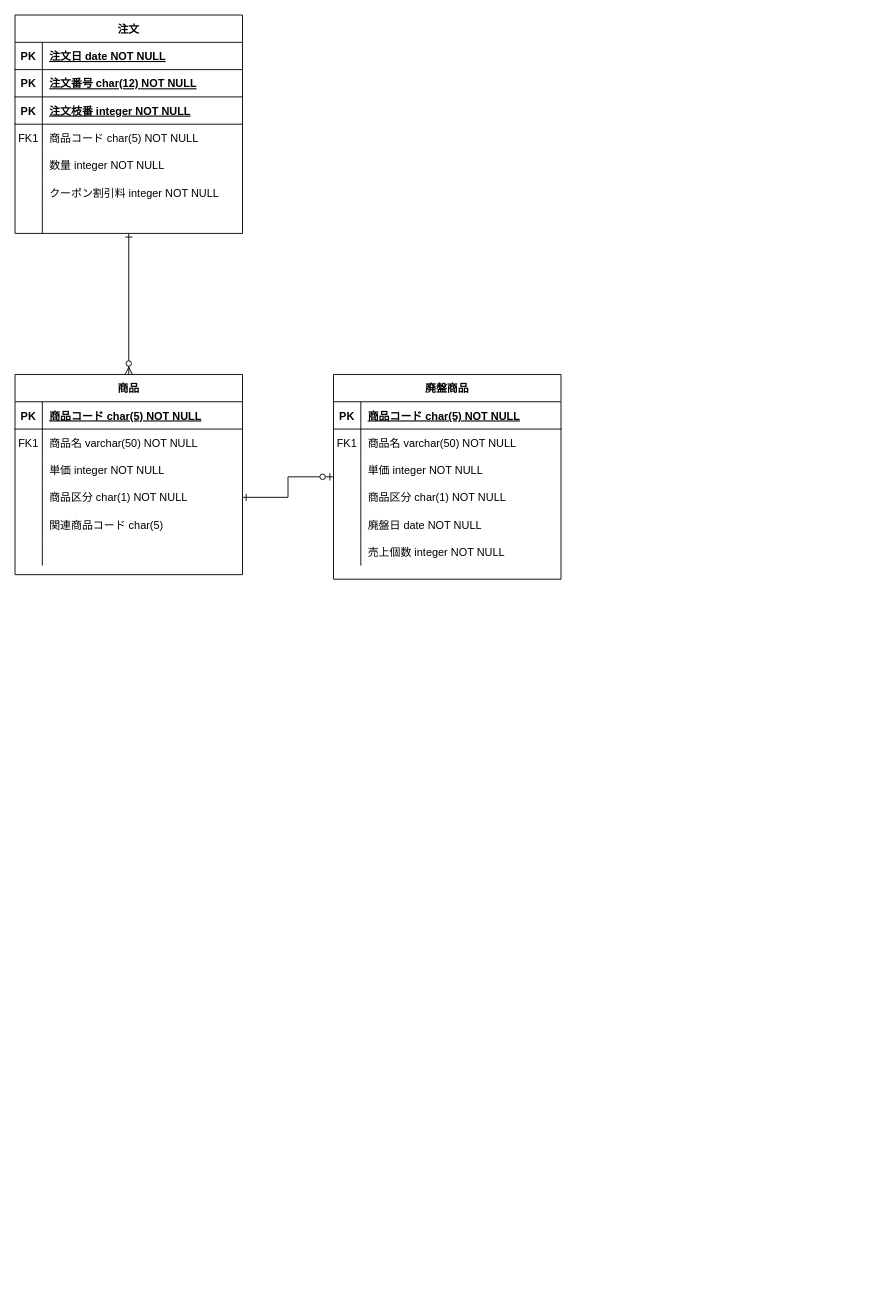
Earlier version of the draw.io diagram answer/B/B-er.drawio (B4129/Sql-pratice). Source tidied: cells renumbered, new cells numbered last; positions are measured from the earlier drawing's top-left corner, leaving out a move shared by most shapes. Both pictures are drawn from the tidied source at 91%, with x=0, y=0 at pixel (15, 15).
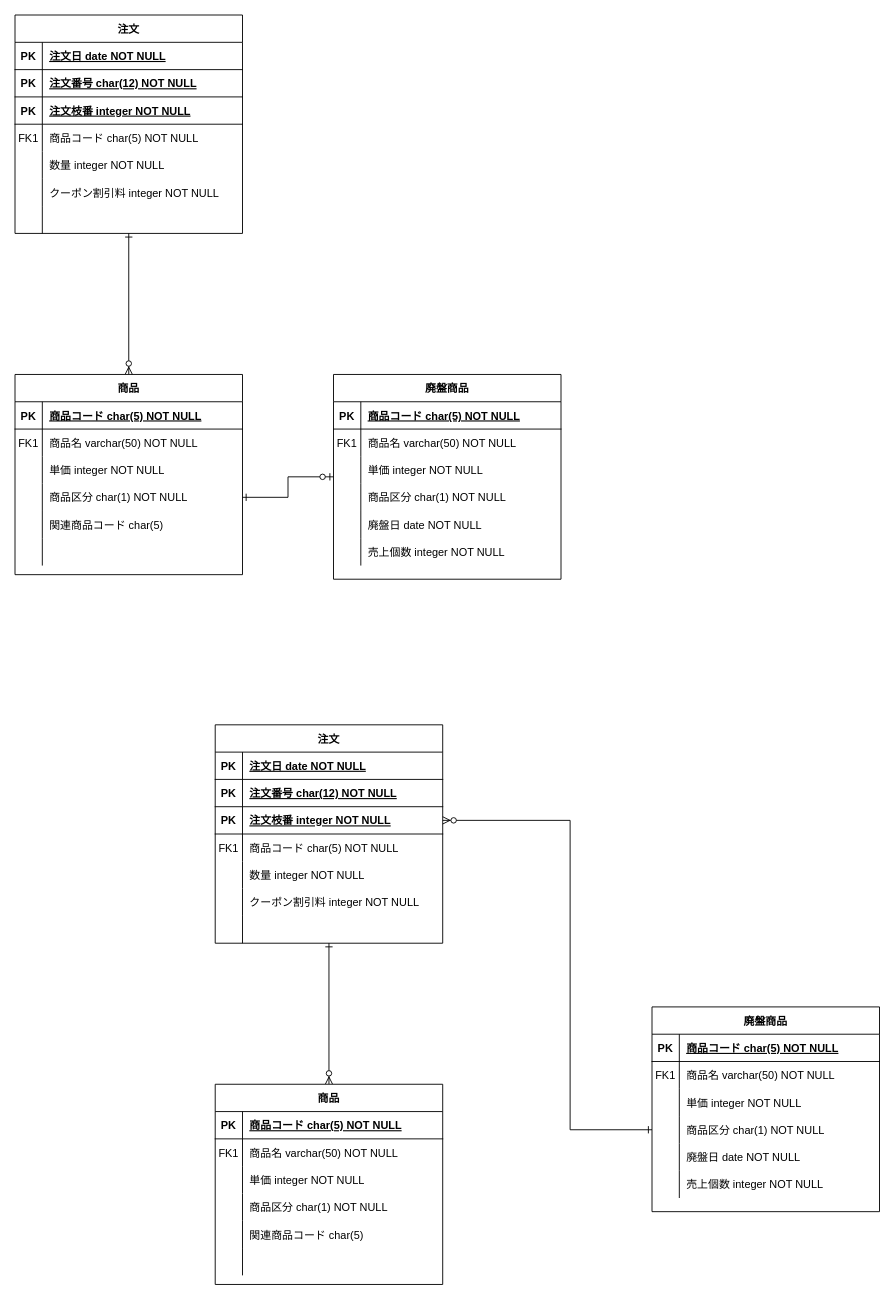
Above is the later version.

What changed in the source:
```diff
@@
+    <mxCell id="65" style="edgeStyle=orthogonalEdgeStyle;jettySize=auto;html=1;rounded=0;startArrow=ERone;startFill=0;endArrow=ERzeroToMany;endFill=1;" parent="1" edge="1" source="86" target="66">
+      <mxGeometry relative="1" as="geometry" />
+    </mxCell>
+    <mxCell id="66" value="商品" style="shape=table;startSize=30;childLayout=tableLayout;rowLines=0;fontStyle=1;align=center;" parent="1" vertex="1">
+      <mxGeometry x="220" y="1175" width="250" height="220" as="geometry" />
+    </mxCell>
+    <mxCell id="67" style="shape=partialRectangle;fillColor=none;top=0;left=0;right=0;bottom=1;" parent="66" vertex="1">
+      <mxGeometry y="30" width="250" height="30" as="geometry" />
+    </mxCell>
+    <mxCell id="68" value="PK" style="shape=partialRectangle;overflow=hidden;fillColor=none;top=0;left=0;bottom=0;right=0;fontStyle=1;" parent="67" vertex="1">
+      <mxGeometry width="30" height="30" as="geometry" />
+    </mxCell>
+    <mxCell id="69" value="商品コード char(5) NOT NULL" style="shape=partialRectangle;overflow=hidden;fillColor=none;top=0;left=0;bottom=0;right=0;align=left;spacingLeft=6;fontStyle=5;" parent="67" vertex="1">
+      <mxGeometry x="30" width="220" height="30" as="geometry" />
+    </mxCell>
+    <mxCell id="70" style="shape=partialRectangle;fillColor=none;top=0;left=0;right=0;bottom=0;" parent="66" vertex="1">
+      <mxGeometry y="60" width="250" height="30" as="geometry" />
+    </mxCell>
+    <mxCell id="71" value="FK1" style="shape=partialRectangle;overflow=hidden;fillColor=none;top=0;left=0;bottom=0;right=0;" parent="70" vertex="1">
+      <mxGeometry width="30" height="30" as="geometry" />
+    </mxCell>
+    <mxCell id="72" value="商品名 varchar(50) NOT NULL" style="shape=partialRectangle;overflow=hidden;fillColor=none;top=0;left=0;bottom=0;right=0;align=left;spacingLeft=6;" parent="70" vertex="1">
+      <mxGeometry x="30" width="220" height="30" as="geometry" />
+    </mxCell>
+    <mxCell id="73" style="shape=partialRectangle;fillColor=none;top=0;left=0;right=0;bottom=0;" parent="66" vertex="1">
+      <mxGeometry y="90" width="250" height="30" as="geometry" />
+    </mxCell>
+    <mxCell id="74" style="shape=partialRectangle;overflow=hidden;fillColor=none;top=0;left=0;bottom=0;right=0;" parent="73" vertex="1">
+      <mxGeometry width="30" height="30" as="geometry" />
+    </mxCell>
+    <mxCell id="75" value="単価 integer NOT NULL" style="shape=partialRectangle;overflow=hidden;fillColor=none;top=0;left=0;bottom=0;right=0;align=left;spacingLeft=6;" parent="73" vertex="1">
+      <mxGeometry x="30" width="220" height="30" as="geometry" />
+    </mxCell>
+    <mxCell id="76" style="shape=partialRectangle;fillColor=none;top=0;left=0;right=0;bottom=0;" parent="66" vertex="1">
+      <mxGeometry y="120" width="250" height="30" as="geometry" />
+    </mxCell>
+    <mxCell id="77" style="shape=partialRectangle;overflow=hidden;fillColor=none;top=0;left=0;bottom=0;right=0;" parent="76" vertex="1">
+      <mxGeometry width="30" height="30" as="geometry" />
+    </mxCell>
+    <mxCell id="78" value="商品区分 char(1) NOT NULL" style="shape=partialRectangle;overflow=hidden;fillColor=none;top=0;left=0;bottom=0;right=0;align=left;spacingLeft=6;" parent="76" vertex="1">
+      <mxGeometry x="30" width="220" height="30" as="geometry" />
+    </mxCell>
+    <mxCell id="79" style="shape=partialRectangle;fillColor=none;top=0;left=0;right=0;bottom=0;" parent="66" vertex="1">
+      <mxGeometry y="150" width="250" height="30" as="geometry" />
+    </mxCell>
+    <mxCell id="80" style="shape=partialRectangle;overflow=hidden;fillColor=none;top=0;left=0;bottom=0;right=0;" parent="79" vertex="1">
+      <mxGeometry width="30" height="30" as="geometry" />
+    </mxCell>
+    <mxCell id="81" value="関連商品コード char(5)" style="shape=partialRectangle;overflow=hidden;fillColor=none;top=0;left=0;bottom=0;right=0;align=left;spacingLeft=6;" parent="79" vertex="1">
+      <mxGeometry x="30" width="220" height="30" as="geometry" />
+    </mxCell>
+    <mxCell id="82" style="shape=partialRectangle;fillColor=none;top=0;left=0;right=0;bottom=0;" parent="66" vertex="1">
+      <mxGeometry y="180" width="250" height="30" as="geometry" />
+    </mxCell>
+    <mxCell id="83" style="shape=partialRectangle;overflow=hidden;fillColor=none;top=0;left=0;bottom=0;right=0;" parent="82" vertex="1">
+      <mxGeometry width="30" height="30" as="geometry" />
+    </mxCell>
+    <mxCell id="84" style="shape=partialRectangle;overflow=hidden;fillColor=none;top=0;left=0;bottom=0;right=0;align=left;spacingLeft=6;" parent="82" vertex="1">
+      <mxGeometry x="30" width="220" height="30" as="geometry" />
+    </mxCell>
+    <mxCell id="85" style="shape=partialRectangle;overflow=hidden;fillColor=none;top=0;left=0;bottom=0;right=0;" parent="1" vertex="1">
+      <mxGeometry x="220" y="1050" width="30" height="30" as="geometry" />
+    </mxCell>
+    <mxCell id="86" value="注文" style="shape=table;startSize=30;childLayout=tableLayout;rowLines=0;fontStyle=1;align=center;" parent="1" vertex="1">
+      <mxGeometry x="220" y="780" width="250" height="240" as="geometry" />
+    </mxCell>
+    <mxCell id="87" style="shape=partialRectangle;fillColor=none;top=0;left=0;right=0;bottom=1;" parent="86" vertex="1">
+      <mxGeometry y="30" width="250" height="30" as="geometry" />
+    </mxCell>
+    <mxCell id="88" value="PK" style="shape=partialRectangle;overflow=hidden;fillColor=none;top=0;left=0;bottom=0;right=0;fontStyle=1;" parent="87" vertex="1">
+      <mxGeometry width="30" height="30" as="geometry" />
+    </mxCell>
+    <mxCell id="89" value="注文日 date NOT NULL" style="shape=partialRectangle;overflow=hidden;fillColor=none;top=0;left=0;bottom=0;right=0;align=left;spacingLeft=6;fontStyle=5;" parent="87" vertex="1">
+      <mxGeometry x="30" width="220" height="30" as="geometry" />
+    </mxCell>
+    <mxCell id="90" style="shape=partialRectangle;fillColor=none;top=0;left=0;right=0;bottom=1;" parent="86" vertex="1">
+      <mxGeometry y="60" width="250" height="30" as="geometry" />
+    </mxCell>
+    <mxCell id="91" value="PK" style="shape=partialRectangle;overflow=hidden;fillColor=none;top=0;left=0;bottom=0;right=0;fontStyle=1;" parent="90" vertex="1">
+      <mxGeometry width="30" height="30" as="geometry" />
+    </mxCell>
+    <mxCell id="92" value="注文番号 char(12) NOT NULL" style="shape=partialRectangle;overflow=hidden;fillColor=none;top=0;left=0;bottom=0;right=0;align=left;spacingLeft=6;fontStyle=5;" parent="90" vertex="1">
+      <mxGeometry x="30" width="220" height="30" as="geometry" />
+    </mxCell>
+    <mxCell id="93" style="shape=partialRectangle;fillColor=none;points=[[0,0.5],[1,0.5]];portConstraint=eastwest;top=0;left=0;right=0;bottom=1;" parent="86" vertex="1">
+      <mxGeometry y="90" width="250" height="30" as="geometry" />
+    </mxCell>
+    <mxCell id="94" value="PK" style="shape=partialRectangle;overflow=hidden;fillColor=none;top=0;left=0;bottom=0;right=0;fontStyle=1;" parent="93" vertex="1">
+      <mxGeometry width="30" height="30" as="geometry" />
+    </mxCell>
+    <mxCell id="95" value="注文枝番 integer NOT NULL" style="shape=partialRectangle;overflow=hidden;fillColor=none;top=0;left=0;bottom=0;right=0;align=left;spacingLeft=6;fontStyle=5;" parent="93" vertex="1">
+      <mxGeometry x="30" width="220" height="30" as="geometry" />
+    </mxCell>
+    <mxCell id="96" style="shape=partialRectangle;fillColor=none;top=0;left=0;right=0;bottom=0;" parent="86" vertex="1">
+      <mxGeometry y="120" width="250" height="30" as="geometry" />
+    </mxCell>
+    <mxCell id="97" value="FK1" style="shape=partialRectangle;overflow=hidden;fillColor=none;top=0;left=0;bottom=0;right=0;" parent="96" vertex="1">
+      <mxGeometry width="30" height="30" as="geometry" />
+    </mxCell>
+    <mxCell id="98" value="商品コード char(5) NOT NULL" style="shape=partialRectangle;overflow=hidden;fillColor=none;top=0;left=0;bottom=0;right=0;align=left;spacingLeft=6;" parent="96" vertex="1">
+      <mxGeometry x="30" width="220" height="30" as="geometry" />
+    </mxCell>
+    <mxCell id="99" style="shape=partialRectangle;fillColor=none;top=0;left=0;right=0;bottom=0;" parent="86" vertex="1">
+      <mxGeometry y="150" width="250" height="30" as="geometry" />
+    </mxCell>
+    <mxCell id="100" style="shape=partialRectangle;overflow=hidden;fillColor=none;top=0;left=0;bottom=0;right=0;" parent="99" vertex="1">
+      <mxGeometry width="30" height="30" as="geometry" />
+    </mxCell>
+    <mxCell id="101" value="数量 integer NOT NULL" style="shape=partialRectangle;overflow=hidden;fillColor=none;top=0;left=0;bottom=0;right=0;align=left;spacingLeft=6;" parent="99" vertex="1">
+      <mxGeometry x="30" width="220" height="30" as="geometry" />
+    </mxCell>
+    <mxCell id="102" style="shape=partialRectangle;fillColor=none;top=0;left=0;right=0;bottom=0;" parent="86" vertex="1">
+      <mxGeometry y="180" width="250" height="30" as="geometry" />
+    </mxCell>
+    <mxCell id="103" style="shape=partialRectangle;overflow=hidden;fillColor=none;top=0;left=0;bottom=0;right=0;" parent="102" vertex="1">
+      <mxGeometry width="30" height="30" as="geometry" />
+    </mxCell>
+    <mxCell id="104" value="クーポン割引料 integer NOT NULL" style="shape=partialRectangle;overflow=hidden;fillColor=none;top=0;left=0;bottom=0;right=0;align=left;spacingLeft=6;" parent="102" vertex="1">
+      <mxGeometry x="30" width="220" height="30" as="geometry" />
+    </mxCell>
+    <mxCell id="105" style="shape=partialRectangle;fillColor=none;top=0;left=0;right=0;bottom=0;" parent="86" vertex="1">
+      <mxGeometry y="210" width="250" height="30" as="geometry" />
+    </mxCell>
+    <mxCell id="106" style="shape=partialRectangle;overflow=hidden;fillColor=none;top=0;left=0;bottom=0;right=0;" parent="105" vertex="1">
+      <mxGeometry width="30" height="30" as="geometry" />
+    </mxCell>
+    <mxCell id="107" style="shape=partialRectangle;overflow=hidden;fillColor=none;top=0;left=0;bottom=0;right=0;align=left;spacingLeft=6;" parent="105" vertex="1">
+      <mxGeometry x="30" width="220" height="30" as="geometry" />
+    </mxCell>
+    <mxCell id="108" style="edgeStyle=orthogonalEdgeStyle;jettySize=auto;html=1;rounded=0;startArrow=ERone;startFill=0;endArrow=ERzeroToMany;endFill=1;entryX=1;entryY=0.5;entryDx=0;entryDy=0;exitX=0;exitY=0.5;exitDx=0;exitDy=0;" parent="1" edge="1" source="119" target="93">
+      <mxGeometry relative="1" as="geometry">
+        <Array as="points">
+          <mxPoint x="610" y="1225" />
+          <mxPoint x="610" y="885" />
+        </Array>
+      </mxGeometry>
+    </mxCell>
+    <mxCell id="109" value="廃盤商品" style="shape=table;startSize=30;childLayout=tableLayout;rowLines=0;fontStyle=1;align=center;" parent="1" vertex="1">
+      <mxGeometry x="700" y="1090" width="250" height="225" as="geometry" />
+    </mxCell>
+    <mxCell id="110" style="shape=partialRectangle;fillColor=none;top=0;left=0;right=0;bottom=1;" parent="109" vertex="1">
+      <mxGeometry y="30" width="250" height="30" as="geometry" />
+    </mxCell>
+    <mxCell id="111" value="PK" style="shape=partialRectangle;overflow=hidden;fillColor=none;top=0;left=0;bottom=0;right=0;fontStyle=1;" parent="110" vertex="1">
+      <mxGeometry width="30" height="30" as="geometry" />
+    </mxCell>
+    <mxCell id="112" value="商品コード char(5) NOT NULL" style="shape=partialRectangle;overflow=hidden;fillColor=none;top=0;left=0;bottom=0;right=0;align=left;spacingLeft=6;fontStyle=5;" parent="110" vertex="1">
+      <mxGeometry x="30" width="220" height="30" as="geometry" />
+    </mxCell>
+    <mxCell id="113" style="shape=partialRectangle;fillColor=none;top=0;left=0;right=0;bottom=0;" parent="109" vertex="1">
+      <mxGeometry y="60" width="250" height="30" as="geometry" />
+    </mxCell>
+    <mxCell id="114" value="FK1" style="shape=partialRectangle;overflow=hidden;fillColor=none;top=0;left=0;bottom=0;right=0;" parent="113" vertex="1">
+      <mxGeometry width="30" height="30" as="geometry" />
+    </mxCell>
+    <mxCell id="115" value="商品名 varchar(50) NOT NULL" style="shape=partialRectangle;overflow=hidden;fillColor=none;top=0;left=0;bottom=0;right=0;align=left;spacingLeft=6;" parent="113" vertex="1">
+      <mxGeometry x="30" width="220" height="30" as="geometry" />
+    </mxCell>
+    <mxCell id="116" style="shape=partialRectangle;fillColor=none;top=0;left=0;right=0;bottom=0;" parent="109" vertex="1">
+      <mxGeometry y="90" width="250" height="30" as="geometry" />
+    </mxCell>
+    <mxCell id="117" style="shape=partialRectangle;overflow=hidden;fillColor=none;top=0;left=0;bottom=0;right=0;" parent="116" vertex="1">
+      <mxGeometry width="30" height="30" as="geometry" />
+    </mxCell>
+    <mxCell id="118" value="単価 integer NOT NULL" style="shape=partialRectangle;overflow=hidden;fillColor=none;top=0;left=0;bottom=0;right=0;align=left;spacingLeft=6;" parent="116" vertex="1">
+      <mxGeometry x="30" width="220" height="30" as="geometry" />
+    </mxCell>
+    <mxCell id="119" style="shape=partialRectangle;fillColor=none;points=[[0,0.5],[1,0.5]];portConstraint=eastwest;top=0;left=0;right=0;bottom=0;" parent="109" vertex="1">
+      <mxGeometry y="120" width="250" height="30" as="geometry" />
+    </mxCell>
+    <mxCell id="120" style="shape=partialRectangle;overflow=hidden;fillColor=none;top=0;left=0;bottom=0;right=0;" parent="119" vertex="1">
+      <mxGeometry width="30" height="30" as="geometry" />
+    </mxCell>
+    <mxCell id="121" value="商品区分 char(1) NOT NULL" style="shape=partialRectangle;overflow=hidden;fillColor=none;top=0;left=0;bottom=0;right=0;align=left;spacingLeft=6;" parent="119" vertex="1">
+      <mxGeometry x="30" width="220" height="30" as="geometry" />
+    </mxCell>
+    <mxCell id="122" style="shape=partialRectangle;fillColor=none;top=0;left=0;right=0;bottom=0;" parent="109" vertex="1">
+      <mxGeometry y="150" width="250" height="30" as="geometry" />
+    </mxCell>
+    <mxCell id="123" style="shape=partialRectangle;overflow=hidden;fillColor=none;top=0;left=0;bottom=0;right=0;" parent="122" vertex="1">
+      <mxGeometry width="30" height="30" as="geometry" />
+    </mxCell>
+    <mxCell id="124" value="廃盤日 date NOT NULL" style="shape=partialRectangle;overflow=hidden;fillColor=none;top=0;left=0;bottom=0;right=0;align=left;spacingLeft=6;" parent="122" vertex="1">
+      <mxGeometry x="30" width="220" height="30" as="geometry" />
+    </mxCell>
+    <mxCell id="125" style="shape=partialRectangle;fillColor=none;top=0;left=0;right=0;bottom=0;" parent="109" vertex="1">
+      <mxGeometry y="180" width="250" height="30" as="geometry" />
+    </mxCell>
+    <mxCell id="126" style="shape=partialRectangle;overflow=hidden;fillColor=none;top=0;left=0;bottom=0;right=0;" parent="125" vertex="1">
+      <mxGeometry width="30" height="30" as="geometry" />
+    </mxCell>
+    <mxCell id="127" value="売上個数 integer NOT NULL" style="shape=partialRectangle;overflow=hidden;fillColor=none;top=0;left=0;bottom=0;right=0;align=left;spacingLeft=6;" parent="125" vertex="1">
+      <mxGeometry x="30" width="220" height="30" as="geometry" />
+    </mxCell>
```
